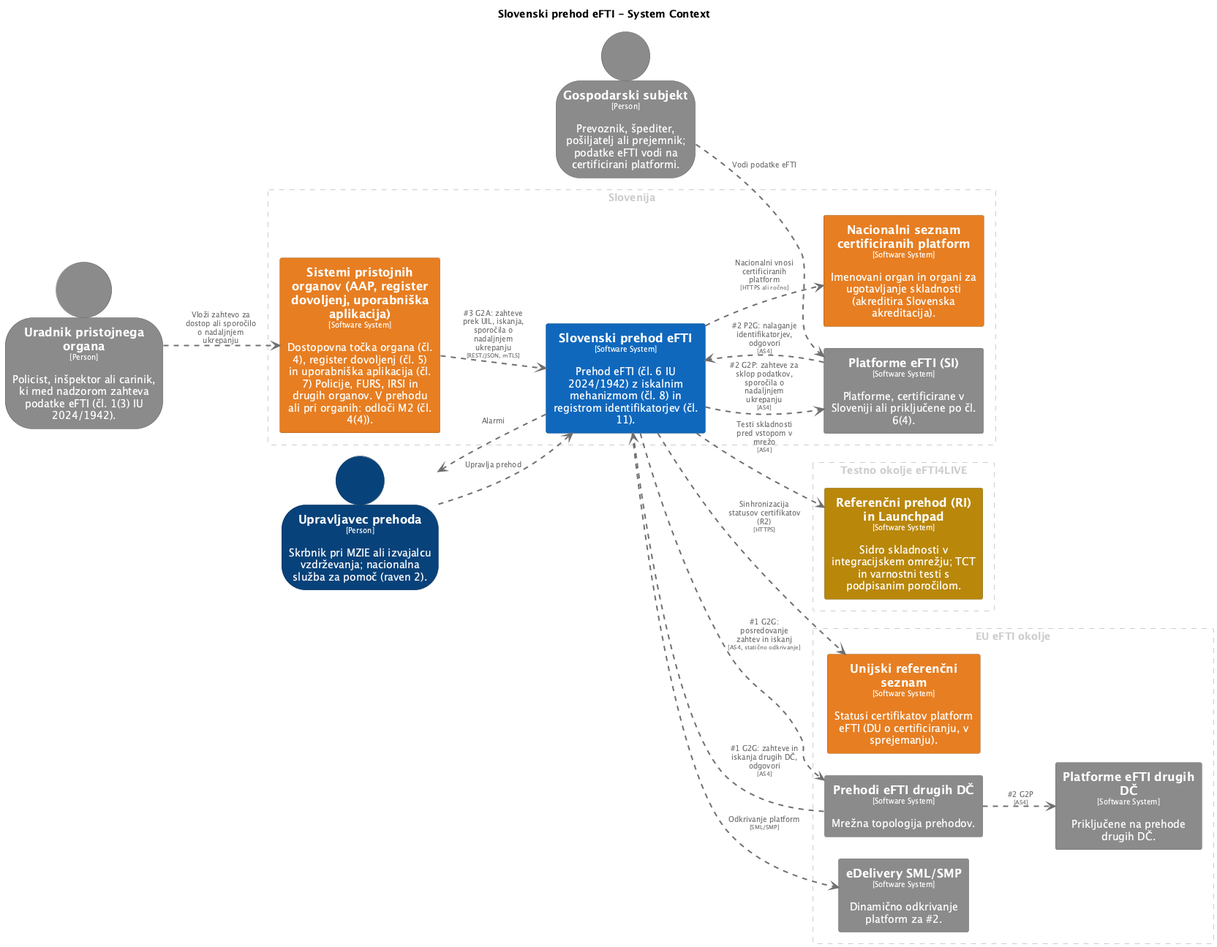
Before: architecture/diagrams/structurizr-C1-Kontekst.png, a diagram exported from PlantUML (UM-KGPI/eFTI-Gate-SI).
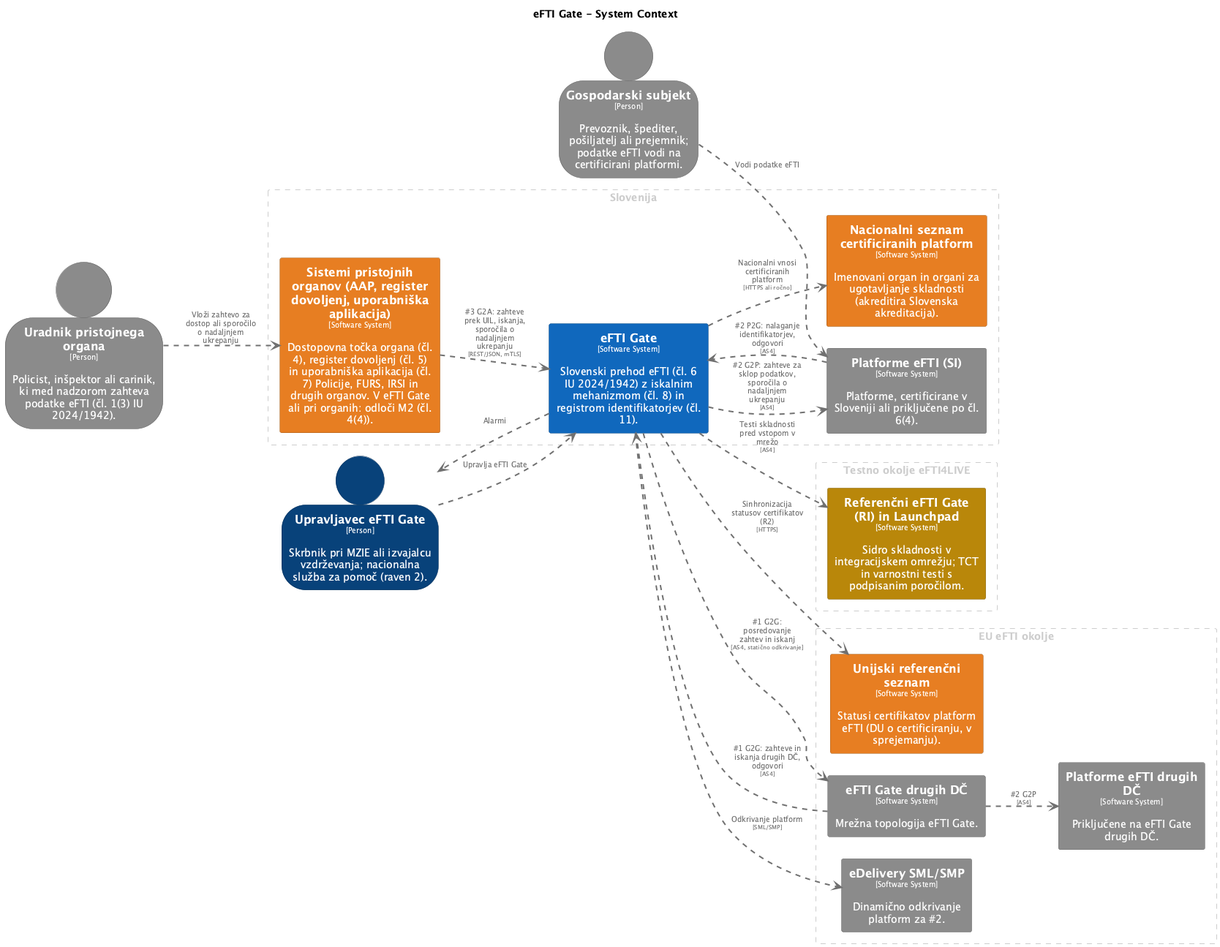
Later version of the same file.

The edit, as a diff of the source:
```diff
@@ -1,6 +1,6 @@
 @startuml
 set separator none
-title Slovenski prehod eFTI - System Context
+title eFTI Gate - System Context
 
 left to right direction
 skinparam ranksep 60
@@ -39,13 +39,7 @@
   BorderColor #606060
   shadowing false
 }
-skinparam rectangle<<PrehodieFTIdrugihDČ>> {
-  BackgroundColor #8a8a8a
-  FontColor #ffffff
-  BorderColor #606060
-  shadowing false
-}
-skinparam rectangle<<ReferenčniprehodRIinLaunchpad>> {
+skinparam rectangle<<ReferenčnieFTIGateRIinLaunchpad>> {
   BackgroundColor #b8860b
   FontColor #ffffff
   BorderColor #805d07
@@ -57,19 +51,13 @@
   BorderColor #a15817
   shadowing false
 }
-skinparam rectangle<<SlovenskiprehodeFTI>> {
-  BackgroundColor #1168bd
-  FontColor #ffffff
-  BorderColor #0b4884
-  shadowing false
-}
 skinparam rectangle<<Unijskireferenčniseznam>> {
   BackgroundColor #e67e22
   FontColor #ffffff
   BorderColor #a15817
   shadowing false
 }
-skinparam person<<Upravljavecprehoda>> {
+skinparam person<<UpravljaveceFTIGate>> {
   BackgroundColor #08427b
   FontColor #ffffff
   BorderColor #052e56
@@ -87,16 +75,28 @@
   BorderColor #606060
   shadowing false
 }
+skinparam rectangle<<eFTIGate>> {
+  BackgroundColor #1168bd
+  FontColor #ffffff
+  BorderColor #0b4884
+  shadowing false
+}
+skinparam rectangle<<eFTIGatedrugihDČ>> {
+  BackgroundColor #8a8a8a
+  FontColor #ffffff
+  BorderColor #606060
+  shadowing false
+}
 
 rectangle "EU eFTI okolje" <<group1>> as group1 {
   skinparam RectangleBorderColor<<group1>> #cccccc
   skinparam RectangleFontColor<<group1>> #cccccc
   skinparam RectangleBorderStyle<<group1>> dashed
 
-  rectangle "==Prehodi eFTI drugih DČ\n<size:10>[Software System]</size>\n\nMrežna topologija prehodov." <<PrehodieFTIdrugihDČ>> as PrehodieFTIdrugihDČ
+  rectangle "==eFTI Gate drugih DČ\n<size:10>[Software System]</size>\n\nMrežna topologija eFTI Gate." <<eFTIGatedrugihDČ>> as eFTIGatedrugihDČ
   rectangle "==Unijski referenčni seznam\n<size:10>[Software System]</size>\n\nStatusi certifikatov platform eFTI (DU o certificiranju, v sprejemanju)." <<Unijskireferenčniseznam>> as Unijskireferenčniseznam
   rectangle "==eDelivery SML/SMP\n<size:10>[Software System]</size>\n\nDinamično odkrivanje platform za #2." <<eDeliverySMLSMP>> as eDeliverySMLSMP
-  rectangle "==Platforme eFTI drugih DČ\n<size:10>[Software System]</size>\n\nPriključene na prehode drugih DČ." <<PlatformeeFTIdrugihDČ>> as PlatformeeFTIdrugihDČ
+  rectangle "==Platforme eFTI drugih DČ\n<size:10>[Software System]</size>\n\nPriključene na eFTI Gate drugih DČ." <<PlatformeeFTIdrugihDČ>> as PlatformeeFTIdrugihDČ
 }
 
 rectangle "Slovenija" <<group2>> as group2 {
@@ -104,10 +104,10 @@
   skinparam RectangleFontColor<<group2>> #cccccc
   skinparam RectangleBorderStyle<<group2>> dashed
 
-  rectangle "==Sistemi pristojnih organov (AAP, register dovoljenj, uporabniška aplikacija)\n<size:10>[Software System]</size>\n\nDostopovna točka organa (čl. 4), register dovoljenj (čl. 5) in uporabniška aplikacija (čl. 7) Policije, FURS, IRSI in drugih organov. V prehodu ali pri organih: odloči M2 (čl. 4(4))." <<SistemipristojnihorganovAAPregisterdovoljenjuporabniškaaplikacija>> as SistemipristojnihorganovAAPregisterdovoljenjuporabniškaaplikacija
+  rectangle "==Sistemi pristojnih organov (AAP, register dovoljenj, uporabniška aplikacija)\n<size:10>[Software System]</size>\n\nDostopovna točka organa (čl. 4), register dovoljenj (čl. 5) in uporabniška aplikacija (čl. 7) Policije, FURS, IRSI in drugih organov. V eFTI Gate ali pri organih: odloči M2 (čl. 4(4))." <<SistemipristojnihorganovAAPregisterdovoljenjuporabniškaaplikacija>> as SistemipristojnihorganovAAPregisterdovoljenjuporabniškaaplikacija
   rectangle "==Platforme eFTI (SI)\n<size:10>[Software System]</size>\n\nPlatforme, certificirane v Sloveniji ali priključene po čl. 6(4)." <<PlatformeeFTISI>> as PlatformeeFTISI
   rectangle "==Nacionalni seznam certificiranih platform\n<size:10>[Software System]</size>\n\nImenovani organ in organi za ugotavljanje skladnosti (akreditira Slovenska akreditacija)." <<Nacionalniseznamcertificiranihplatform>> as Nacionalniseznamcertificiranihplatform
-  rectangle "==Slovenski prehod eFTI\n<size:10>[Software System]</size>\n\nPrehod eFTI (čl. 6 IU 2024/1942) z iskalnim mehanizmom (čl. 8) in registrom identifikatorjev (čl. 11)." <<SlovenskiprehodeFTI>> as SlovenskiprehodeFTI
+  rectangle "==eFTI Gate\n<size:10>[Software System]</size>\n\nSlovenski prehod eFTI (čl. 6 IU 2024/1942) z iskalnim mehanizmom (čl. 8) in registrom identifikatorjev (čl. 11)." <<eFTIGate>> as eFTIGate
 }
 
 rectangle "Testno okolje eFTI4LIVE" <<group3>> as group3 {
@@ -115,25 +115,25 @@
   skinparam RectangleFontColor<<group3>> #cccccc
   skinparam RectangleBorderStyle<<group3>> dashed
 
-  rectangle "==Referenčni prehod (RI) in Launchpad\n<size:10>[Software System]</size>\n\nSidro skladnosti v integracijskem omrežju; TCT in varnostni testi s podpisanim poročilom." <<ReferenčniprehodRIinLaunchpad>> as ReferenčniprehodRIinLaunchpad
+  rectangle "==Referenčni eFTI Gate (RI) in Launchpad\n<size:10>[Software System]</size>\n\nSidro skladnosti v integracijskem omrežju; TCT in varnostni testi s podpisanim poročilom." <<ReferenčnieFTIGateRIinLaunchpad>> as ReferenčnieFTIGateRIinLaunchpad
 }
 
 person "==Uradnik pristojnega organa\n<size:10>[Person]</size>\n\nPolicist, inšpektor ali carinik, ki med nadzorom zahteva podatke eFTI (čl. 1(3) IU 2024/1942)." <<Uradnikpristojnegaorgana>> as Uradnikpristojnegaorgana
-person "==Upravljavec prehoda\n<size:10>[Person]</size>\n\nSkrbnik pri MZIE ali izvajalcu vzdrževanja; nacionalna služba za pomoč (raven 2)." <<Upravljavecprehoda>> as Upravljavecprehoda
+person "==Upravljavec eFTI Gate\n<size:10>[Person]</size>\n\nSkrbnik pri MZIE ali izvajalcu vzdrževanja; nacionalna služba za pomoč (raven 2)." <<UpravljaveceFTIGate>> as UpravljaveceFTIGate
 person "==Gospodarski subjekt\n<size:10>[Person]</size>\n\nPrevoznik, špediter, pošiljatelj ali prejemnik; podatke eFTI vodi na certificirani platformi." <<Gospodarskisubjekt>> as Gospodarskisubjekt
 
 Uradnikpristojnegaorgana .[#707070,thickness=2].> SistemipristojnihorganovAAPregisterdovoljenjuporabniškaaplikacija : "<color:#707070>Vloži zahtevo za dostop ali sporočilo o nadaljnjem ukrepanju"
 Gospodarskisubjekt .[#707070,thickness=2].> PlatformeeFTISI : "<color:#707070>Vodi podatke eFTI"
-Upravljavecprehoda .[#707070,thickness=2].> SlovenskiprehodeFTI : "<color:#707070>Upravlja prehod"
-SlovenskiprehodeFTI .[#707070,thickness=2].> Upravljavecprehoda : "<color:#707070>Alarmi"
-SistemipristojnihorganovAAPregisterdovoljenjuporabniškaaplikacija .[#707070,thickness=2].> SlovenskiprehodeFTI : "<color:#707070>#3 G2A: zahteve prek UIL, iskanja, sporočila o nadaljnjem ukrepanju\n<color:#707070><size:8>[REST/JSON, mTLS]</size>"
-SlovenskiprehodeFTI .[#707070,thickness=2].> PlatformeeFTISI : "<color:#707070>#2 G2P: zahteve za sklop podatkov, sporočila o nadaljnjem ukrepanju\n<color:#707070><size:8>[AS4]</size>"
-PlatformeeFTISI .[#707070,thickness=2].> SlovenskiprehodeFTI : "<color:#707070>#2 P2G: nalaganje identifikatorjev, odgovori\n<color:#707070><size:8>[AS4]</size>"
-SlovenskiprehodeFTI .[#707070,thickness=2].> PrehodieFTIdrugihDČ : "<color:#707070>#1 G2G: posredovanje zahtev in iskanj\n<color:#707070><size:8>[AS4, statično odkrivanje]</size>"
-PrehodieFTIdrugihDČ .[#707070,thickness=2].> SlovenskiprehodeFTI : "<color:#707070>#1 G2G: zahteve in iskanja drugih DČ, odgovori\n<color:#707070><size:8>[AS4]</size>"
-PrehodieFTIdrugihDČ .[#707070,thickness=2].> PlatformeeFTIdrugihDČ : "<color:#707070>#2 G2P\n<color:#707070><size:8>[AS4]</size>"
-SlovenskiprehodeFTI .[#707070,thickness=2].> eDeliverySMLSMP : "<color:#707070>Odkrivanje platform\n<color:#707070><size:8>[SML/SMP]</size>"
-SlovenskiprehodeFTI .[#707070,thickness=2].> Unijskireferenčniseznam : "<color:#707070>Sinhronizacija statusov certifikatov (R2)\n<color:#707070><size:8>[HTTPS]</size>"
-SlovenskiprehodeFTI .[#707070,thickness=2].> Nacionalniseznamcertificiranihplatform : "<color:#707070>Nacionalni vnosi certificiranih platform\n<color:#707070><size:8>[HTTPS ali ročno]</size>"
-SlovenskiprehodeFTI .[#707070,thickness=2].> ReferenčniprehodRIinLaunchpad : "<color:#707070>Testi skladnosti pred vstopom v mrežo\n<color:#707070><size:8>[AS4]</size>"
+UpravljaveceFTIGate .[#707070,thickness=2].> eFTIGate : "<color:#707070>Upravlja eFTI Gate"
+eFTIGate .[#707070,thickness=2].> UpravljaveceFTIGate : "<color:#707070>Alarmi"
+SistemipristojnihorganovAAPregisterdovoljenjuporabniškaaplikacija .[#707070,thickness=2].> eFTIGate : "<color:#707070>#3 G2A: zahteve prek UIL, iskanja, sporočila o nadaljnjem ukrepanju\n<color:#707070><size:8>[REST/JSON, mTLS]</size>"
+eFTIGate .[#707070,thickness=2].> PlatformeeFTISI : "<color:#707070>#2 G2P: zahteve za sklop podatkov, sporočila o nadaljnjem ukrepanju\n<color:#707070><size:8>[AS4]</size>"
+PlatformeeFTISI .[#707070,thickness=2].> eFTIGate : "<color:#707070>#2 P2G: nalaganje identifikatorjev, odgovori\n<color:#707070><size:8>[AS4]</size>"
+eFTIGate .[#707070,thickness=2].> eFTIGatedrugihDČ : "<color:#707070>#1 G2G: posredovanje zahtev in iskanj\n<color:#707070><size:8>[AS4, statično odkrivanje]</size>"
+eFTIGatedrugihDČ .[#707070,thickness=2].> eFTIGate : "<color:#707070>#1 G2G: zahteve in iskanja drugih DČ, odgovori\n<color:#707070><size:8>[AS4]</size>"
+eFTIGatedrugihDČ .[#707070,thickness=2].> PlatformeeFTIdrugihDČ : "<color:#707070>#2 G2P\n<color:#707070><size:8>[AS4]</size>"
+eFTIGate .[#707070,thickness=2].> eDeliverySMLSMP : "<color:#707070>Odkrivanje platform\n<color:#707070><size:8>[SML/SMP]</size>"
+eFTIGate .[#707070,thickness=2].> Unijskireferenčniseznam : "<color:#707070>Sinhronizacija statusov certifikatov (R2)\n<color:#707070><size:8>[HTTPS]</size>"
+eFTIGate .[#707070,thickness=2].> Nacionalniseznamcertificiranihplatform : "<color:#707070>Nacionalni vnosi certificiranih platform\n<color:#707070><size:8>[HTTPS ali ročno]</size>"
+eFTIGate .[#707070,thickness=2].> ReferenčnieFTIGateRIinLaunchpad : "<color:#707070>Testi skladnosti pred vstopom v mrežo\n<color:#707070><size:8>[AS4]</size>"
 @enduml
```
